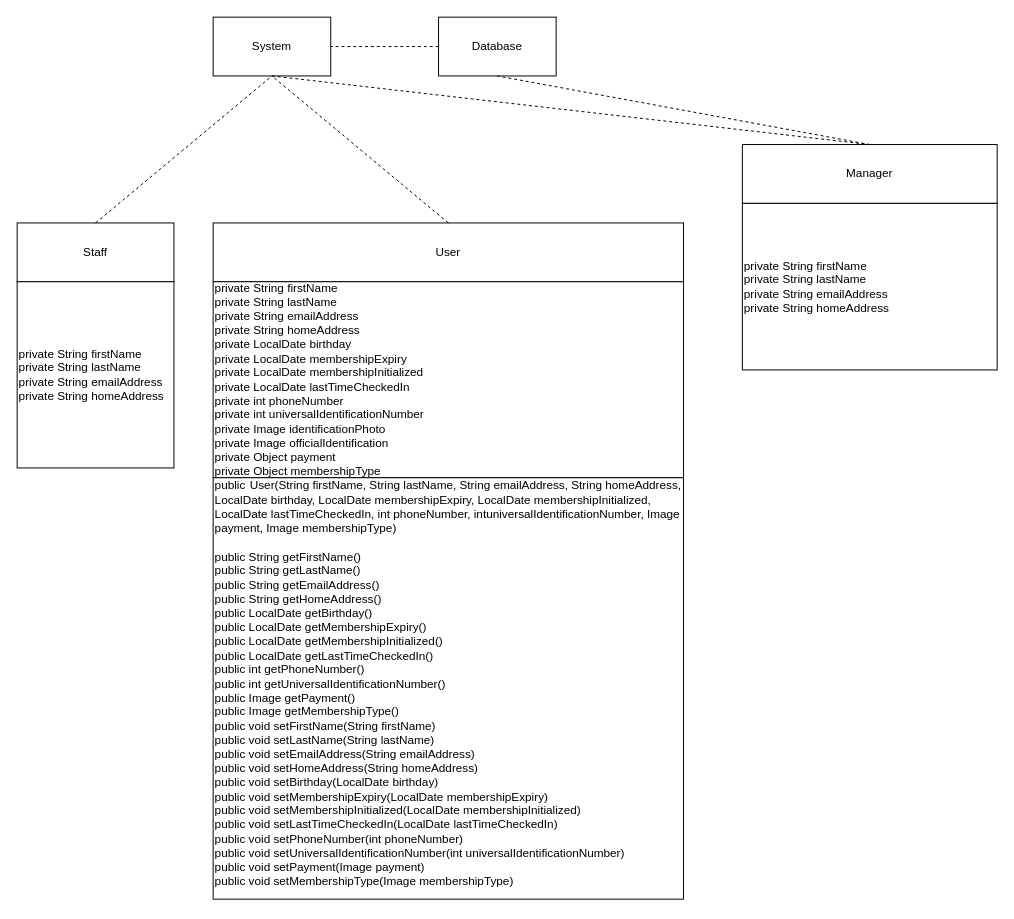
Earlier version of the draw.io diagram UMLDiagram.drawio (EricSpencer00/COMP330Group5). Source tidied: cells renumbered, new cells numbered last; positions are measured from the earlier drawing's top-left corner, leaving out a move shared by most shapes. Both pictures are drawn from the tidied source at 98%, with x=0, y=0 at pixel (17, 17).
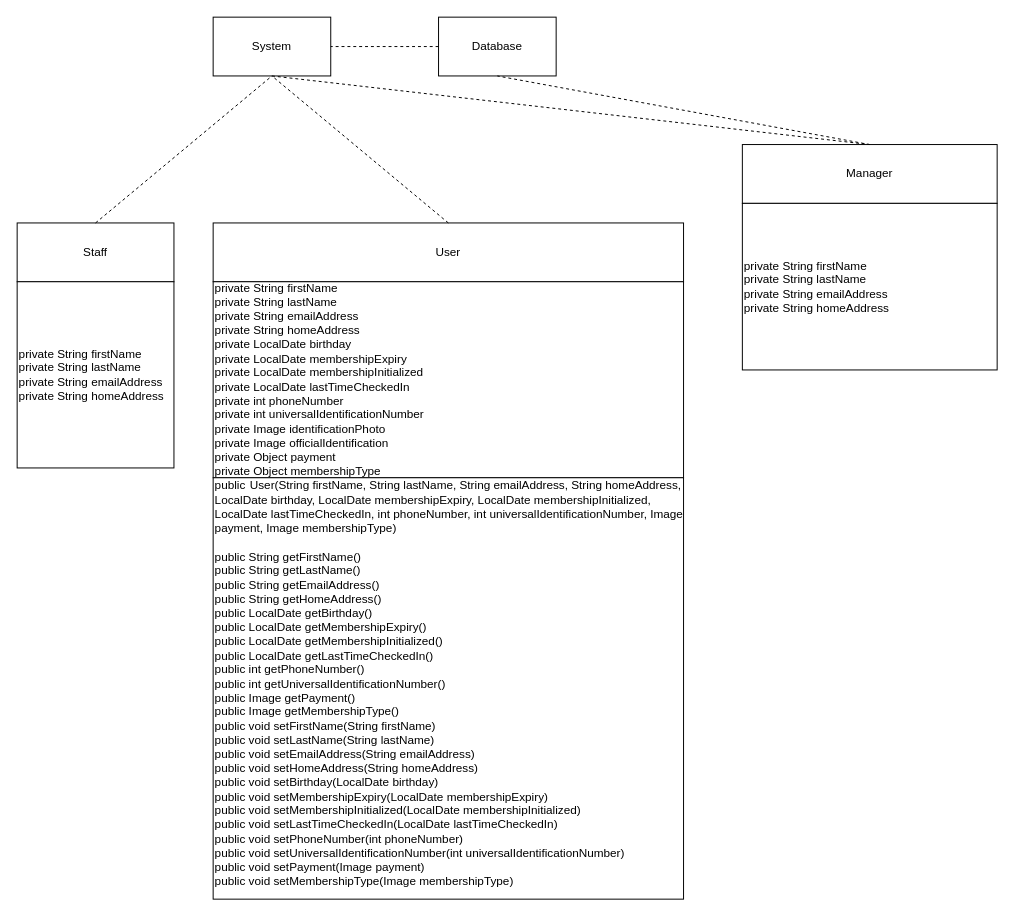
After the change.

What changed in the source:
```diff
@@
 <mxGraphModel>
   <root>
     <mxCell id="0" />
     <mxCell id="1" parent="0" />
     <mxCell id="2" value="System" style="rounded=0;whiteSpace=wrap;html=1;" parent="1" vertex="1">
       <mxGeometry x="200" width="120" height="60" as="geometry" />
     </mxCell>
     <mxCell id="3" value="Database" style="rounded=0;whiteSpace=wrap;html=1;" parent="1" vertex="1">
       <mxGeometry x="430" width="120" height="60" as="geometry" />
     </mxCell>
     <mxCell id="4" value="User" style="rounded=0;whiteSpace=wrap;html=1;" parent="1" vertex="1">
       <mxGeometry x="200" y="210" width="480" height="60" as="geometry" />
     </mxCell>
     <mxCell id="5" style="endArrow=none;dashed=1;html=1;rounded=0;entryX=0.5;entryY=1;entryDx=0;entryDy=0;exitX=0.5;exitY=0;exitDx=0;exitDy=0;" parent="1" edge="1" source="4" target="2">
       <mxGeometry relative="1" as="geometry" />
     </mxCell>
     <mxCell id="6" value="Manager" style="rounded=0;whiteSpace=wrap;html=1;" parent="1" vertex="1">
       <mxGeometry x="740" y="130" width="260" height="60" as="geometry" />
     </mxCell>
     <mxCell id="7" value="Staff" style="rounded=0;whiteSpace=wrap;html=1;" parent="1" vertex="1">
       <mxGeometry y="210" width="160" height="60" as="geometry" />
     </mxCell>
     <mxCell id="8" style="endArrow=none;dashed=1;html=1;rounded=0;exitX=0.5;exitY=0;exitDx=0;exitDy=0;entryX=0.5;entryY=1;entryDx=0;entryDy=0;" parent="1" edge="1" source="7" target="2">
       <mxGeometry relative="1" as="geometry" />
     </mxCell>
     <mxCell id="9" style="endArrow=none;dashed=1;html=1;rounded=0;entryX=0.5;entryY=0;entryDx=0;entryDy=0;exitX=0.5;exitY=1;exitDx=0;exitDy=0;" parent="1" edge="1" source="2" target="6">
       <mxGeometry relative="1" as="geometry" />
     </mxCell>
     <mxCell id="10" style="endArrow=none;dashed=1;html=1;rounded=0;entryX=1;entryY=0.5;entryDx=0;entryDy=0;exitX=0;exitY=0.5;exitDx=0;exitDy=0;" parent="1" edge="1" source="3" target="2">
       <mxGeometry relative="1" as="geometry" />
     </mxCell>
     <mxCell id="11" style="endArrow=none;dashed=1;html=1;rounded=0;exitX=0.5;exitY=0;exitDx=0;exitDy=0;entryX=0.5;entryY=1;entryDx=0;entryDy=0;" parent="1" edge="1" source="6" target="3">
       <mxGeometry relative="1" as="geometry" />
     </mxCell>
     <mxCell id="12" value="private String firstName&lt;div&gt;private String lastName&lt;/div&gt;&lt;div&gt;private String emailAddress&lt;/div&gt;&lt;div&gt;private String homeAddress&lt;/div&gt;&lt;div&gt;private LocalDate birthday&lt;/div&gt;&lt;div&gt;private LocalDate membershipExpiry&lt;/div&gt;&lt;div&gt;private LocalDate membershipInitialized&lt;/div&gt;&lt;div&gt;private LocalDate lastTimeCheckedIn&lt;/div&gt;&lt;div&gt;private int phoneNumber&lt;/div&gt;&lt;div&gt;private int universalIdentificationNumber&lt;/div&gt;&lt;div&gt;private Image identificationPhoto&lt;/div&gt;&lt;div&gt;private Image officialIdentification&lt;/div&gt;&lt;div&gt;private Object payment&lt;/div&gt;&lt;div&gt;private Object membershipType&amp;nbsp;&lt;/div&gt;" style="rounded=0;whiteSpace=wrap;html=1;align=left;" parent="1" vertex="1">
       <mxGeometry x="200" y="270" width="480" height="200" as="geometry" />
     </mxCell>
-    <mxCell id="13" value="&lt;div&gt;&lt;span class=&quot;hljs-keyword&quot;&gt;public&lt;/span&gt;&lt;span style=&quot;font-size: medium;&quot;&gt;&amp;nbsp;&lt;/span&gt;&lt;span class=&quot;hljs-title function_&quot;&gt;User&lt;/span&gt;&lt;span class=&quot;hljs-params&quot;&gt;(String firstName, String lastName, String emailAddress, String homeAddress, LocalDate birthday, LocalDate membershipExpiry, LocalDate membershipInitialized, LocalDate lastTimeCheckedIn,&amp;nbsp;&lt;span class=&quot;hljs-type&quot;&gt;int&lt;/span&gt;&amp;nbsp;phoneNumber,&amp;nbsp;&lt;span class=&quot;hljs-type&quot;&gt;int&lt;/span&gt;universalIdentificationNumber, Image payment, Image membershipType)&lt;/span&gt;&lt;br&gt;&lt;/div&gt;&lt;div&gt;&lt;span class=&quot;hljs-params&quot;&gt;&lt;br&gt;&lt;/span&gt;&lt;/div&gt;public String getFirstName()&lt;div&gt;public String getLastName()&lt;/div&gt;&lt;div&gt;public String getEmailAddress()&lt;/div&gt;&lt;div&gt;public String getHomeAddress()&lt;/div&gt;&lt;div&gt;public LocalDate getBirthday()&lt;/div&gt;&lt;div&gt;public LocalDate getMembershipExpiry()&lt;br&gt;&lt;/div&gt;&lt;div&gt;public LocalDate getMembershipInitialized()&lt;br&gt;&lt;/div&gt;&lt;div&gt;public LocalDate getLastTimeCheckedIn()&lt;br&gt;&lt;/div&gt;&lt;div&gt;public int getPhoneNumber()&lt;/div&gt;&lt;div&gt;public int getUniversalIdentificationNumber()&lt;br&gt;&lt;/div&gt;&lt;div&gt;public Image getPayment()&lt;br&gt;&lt;/div&gt;&lt;div&gt;public Image getMembershipType()&lt;/div&gt;&lt;div&gt;&lt;div&gt;public void setFirstName(String firstName)&amp;nbsp;&lt;/div&gt;&lt;div&gt;public void setLastName(String lastName)&amp;nbsp;&lt;/div&gt;&lt;div&gt;public void setEmailAddress(String emailAddress)&amp;nbsp;&lt;/div&gt;&lt;div&gt;public void setHomeAddress(String homeAddress)&amp;nbsp;&lt;/div&gt;&lt;div&gt;public void setBirthday(LocalDate birthday)&amp;nbsp;&lt;/div&gt;&lt;div&gt;public void setMembershipExpiry(LocalDate membershipExpiry)&amp;nbsp;&lt;/div&gt;&lt;div&gt;public void setMembershipInitialized(LocalDate membershipInitialized)&amp;nbsp;&lt;/div&gt;&lt;div&gt;public void setLastTimeCheckedIn(LocalDate lastTimeCheckedIn)&amp;nbsp;&lt;/div&gt;&lt;div&gt;public void setPhoneNumber(int phoneNumber)&amp;nbsp;&lt;/div&gt;&lt;div&gt;public void setUniversalIdentificationNumber(int universalIdentificationNumber)&amp;nbsp;&lt;/div&gt;&lt;div&gt;public void setPayment(Image payment)&amp;nbsp;&lt;/div&gt;&lt;div&gt;public void setMembershipType(Image membershipType)&amp;nbsp;&lt;/div&gt;&lt;/div&gt;&lt;div&gt;&lt;br&gt;&lt;/div&gt;" style="rounded=0;whiteSpace=wrap;html=1;align=left;" parent="1" vertex="1">
+    <mxCell id="13" value="&lt;div&gt;&lt;span class=&quot;hljs-keyword&quot;&gt;public&lt;/span&gt;&lt;span style=&quot;font-size: medium;&quot;&gt;&amp;nbsp;&lt;/span&gt;&lt;span class=&quot;hljs-title function_&quot;&gt;User&lt;/span&gt;&lt;span class=&quot;hljs-params&quot;&gt;(String firstName, String lastName, String emailAddress, String homeAddress, LocalDate birthday, LocalDate membershipExpiry, LocalDate membershipInitialized, LocalDate lastTimeCheckedIn,&amp;nbsp;&lt;span class=&quot;hljs-type&quot;&gt;int&lt;/span&gt;&amp;nbsp;phoneNumber,&amp;nbsp;&lt;span class=&quot;hljs-type&quot;&gt;int&amp;nbsp;&lt;/span&gt;universalIdentificationNumber, Image payment, Image membershipType)&lt;/span&gt;&lt;br&gt;&lt;/div&gt;&lt;div&gt;&lt;span class=&quot;hljs-params&quot;&gt;&lt;br&gt;&lt;/span&gt;&lt;/div&gt;public String getFirstName()&lt;div&gt;public String getLastName()&lt;/div&gt;&lt;div&gt;public String getEmailAddress()&lt;/div&gt;&lt;div&gt;public String getHomeAddress()&lt;/div&gt;&lt;div&gt;public LocalDate getBirthday()&lt;/div&gt;&lt;div&gt;public LocalDate getMembershipExpiry()&lt;br&gt;&lt;/div&gt;&lt;div&gt;public LocalDate getMembershipInitialized()&lt;br&gt;&lt;/div&gt;&lt;div&gt;public LocalDate getLastTimeCheckedIn()&lt;br&gt;&lt;/div&gt;&lt;div&gt;public int getPhoneNumber()&lt;/div&gt;&lt;div&gt;public int getUniversalIdentificationNumber()&lt;br&gt;&lt;/div&gt;&lt;div&gt;public Image getPayment()&lt;br&gt;&lt;/div&gt;&lt;div&gt;public Image getMembershipType()&lt;/div&gt;&lt;div&gt;&lt;div&gt;public void setFirstName(String firstName)&amp;nbsp;&lt;/div&gt;&lt;div&gt;public void setLastName(String lastName)&amp;nbsp;&lt;/div&gt;&lt;div&gt;public void setEmailAddress(String emailAddress)&amp;nbsp;&lt;/div&gt;&lt;div&gt;public void setHomeAddress(String homeAddress)&amp;nbsp;&lt;/div&gt;&lt;div&gt;public void setBirthday(LocalDate birthday)&amp;nbsp;&lt;/div&gt;&lt;div&gt;public void setMembershipExpiry(LocalDate membershipExpiry)&amp;nbsp;&lt;/div&gt;&lt;div&gt;public void setMembershipInitialized(LocalDate membershipInitialized)&amp;nbsp;&lt;/div&gt;&lt;div&gt;public void setLastTimeCheckedIn(LocalDate lastTimeCheckedIn)&amp;nbsp;&lt;/div&gt;&lt;div&gt;public void setPhoneNumber(int phoneNumber)&amp;nbsp;&lt;/div&gt;&lt;div&gt;public void setUniversalIdentificationNumber(int universalIdentificationNumber)&amp;nbsp;&lt;/div&gt;&lt;div&gt;public void setPayment(Image payment)&amp;nbsp;&lt;/div&gt;&lt;div&gt;public void setMembershipType(Image membershipType)&amp;nbsp;&lt;/div&gt;&lt;/div&gt;&lt;div&gt;&lt;br&gt;&lt;/div&gt;" style="rounded=0;whiteSpace=wrap;html=1;align=left;" parent="1" vertex="1">
       <mxGeometry x="200" y="470" width="480" height="430" as="geometry" />
     </mxCell>
     <mxCell id="14" value="private String firstName&lt;div&gt;private String lastName&lt;/div&gt;&lt;div&gt;private String emailAddress&lt;/div&gt;&lt;div&gt;private String homeAddress&lt;/div&gt;" style="rounded=0;whiteSpace=wrap;html=1;align=left;" parent="1" vertex="1">
       <mxGeometry x="740" y="190" width="260" height="170" as="geometry" />
     </mxCell>
     <mxCell id="15" value="private String firstName&lt;div&gt;private String lastName&lt;/div&gt;&lt;div&gt;private String emailAddress&lt;/div&gt;&lt;div&gt;private String homeAddress&lt;/div&gt;" style="rounded=0;whiteSpace=wrap;html=1;align=left;" parent="1" vertex="1">
       <mxGeometry y="270" width="160" height="190" as="geometry" />
     </mxCell>
   </root>
 </mxGraphModel>
```
